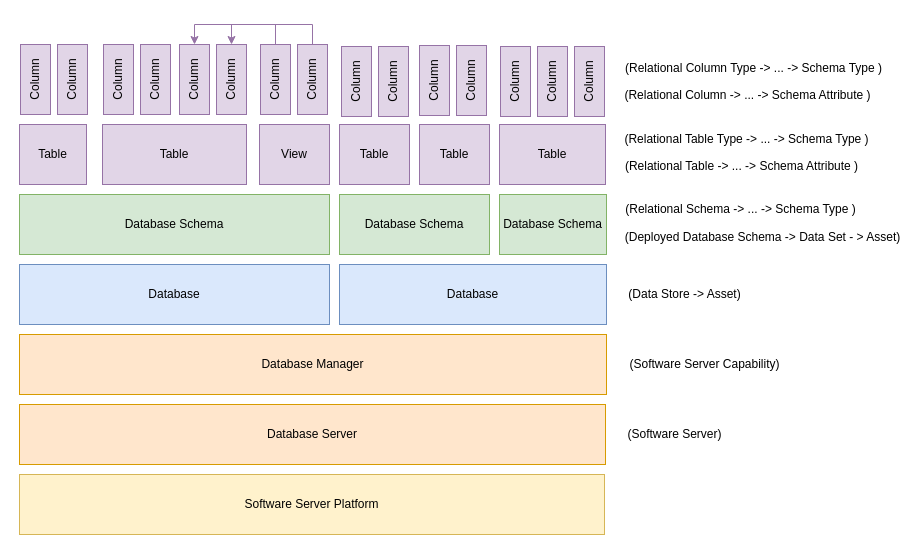
odpi/egeria keeps this draw.io diagram as page "database-open-types" (2 of 2) of open-metadata-implementation/access-services/data-manager/docs/data-managers.drawio. Above is the earlier version. Source tidied: cells renumbered, new cells numbered last; positions are measured from the earlier drawing's top-left corner, leaving out a move shared by most shapes. Both pictures are drawn from the tidied source at 100%, with x=0, y=0 at pixel (0, 59).
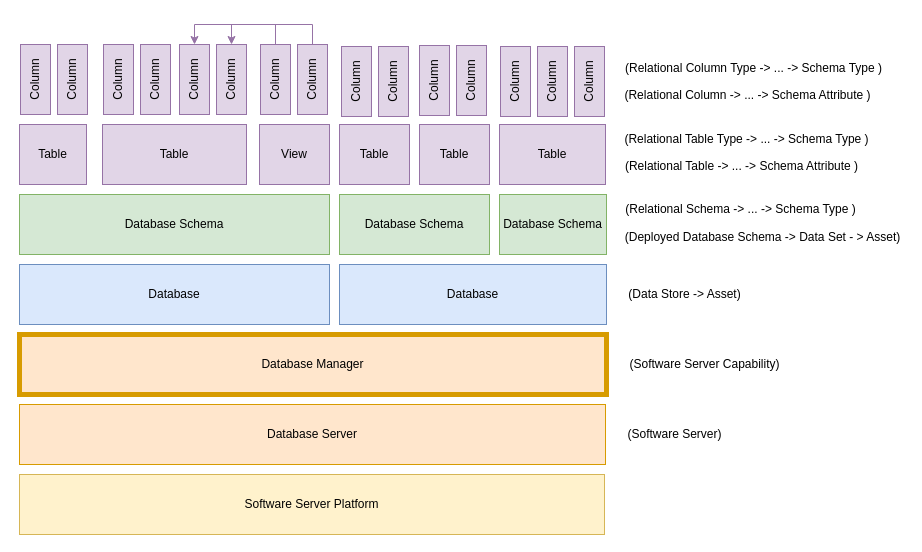
Above is the later version.

What changed in the source:
```diff
@@
-    <mxCell id="4" value="Database Manager" style="rounded=0;whiteSpace=wrap;html=1;fillColor=#ffe6cc;strokeColor=#d79b00;" parent="1" vertex="1">
+    <mxCell id="4" value="Database Manager" style="rounded=0;whiteSpace=wrap;html=1;fillColor=#ffe6cc;strokeColor=#d79b00;strokeWidth=5;" parent="1" vertex="1">
       <mxGeometry x="19" y="275" width="587" height="60" as="geometry" />
     </mxCell>
```
